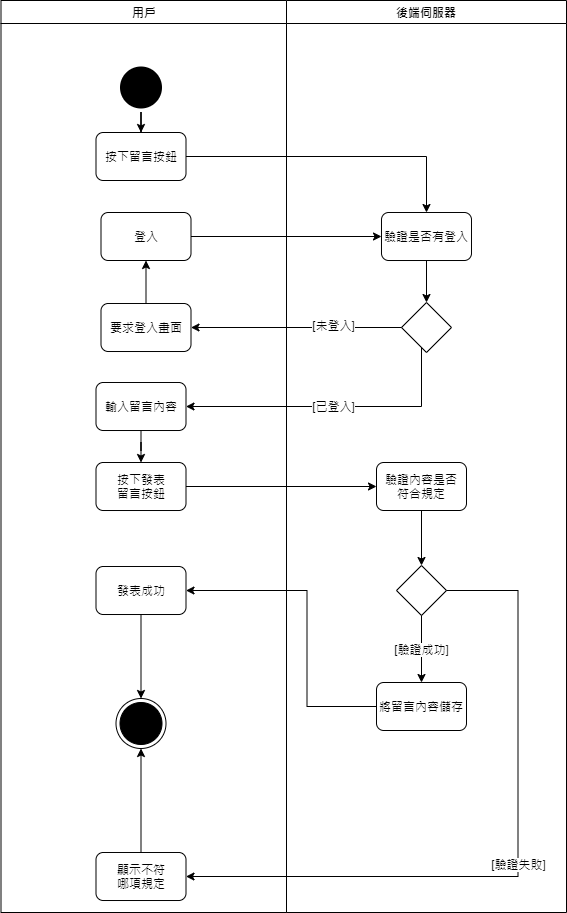
The draw.io diagram src/main/uml/message.png in 10746010/Plearnet-back-end, before a commit. Source tidied: cells renumbered, new cells last; positions are measured from the earlier drawing's top-left corner, leaving out a move shared by most shapes. Its diagram source:
```xml
<mxGraphModel background="#ffffff">
  <root>
    <mxCell id="0" />
    <mxCell id="1" parent="0" />
    <mxCell id="2" value="用戶" style="swimlane;whiteSpace=wrap;" parent="1" vertex="1">
      <mxGeometry x="0.5" width="285.5" height="912" as="geometry" />
    </mxCell>
    <mxCell id="3" style="edgeStyle=orthogonalEdgeStyle;rounded=0;jettySize=auto;html=1;" parent="2" edge="1" source="4" target="5">
      <mxGeometry relative="1" as="geometry" />
    </mxCell>
    <mxCell id="4" style="ellipse;shape=startState;fillColor=#000000;strokeColor=none;" parent="2" vertex="1">
      <mxGeometry x="115" y="62" width="50" height="50" as="geometry" />
    </mxCell>
    <mxCell id="5" value="按下留言按鈕" style="rounded=1;whiteSpace=wrap;html=1;" parent="2" vertex="1">
      <mxGeometry x="95" y="132" width="90" height="48" as="geometry" />
    </mxCell>
    <mxCell id="6" style="edgeStyle=orthogonalEdgeStyle;rounded=0;jettySize=auto;html=1;" parent="2" edge="1" source="7" target="8">
      <mxGeometry relative="1" as="geometry" />
    </mxCell>
    <mxCell id="7" value="輸入留言內容" style="rounded=1;whiteSpace=wrap;html=1;" parent="2" vertex="1">
      <mxGeometry x="95" y="382" width="90" height="48" as="geometry" />
    </mxCell>
    <mxCell id="8" value="按下發表&lt;br&gt;留言按鈕" style="rounded=1;whiteSpace=wrap;html=1;" parent="2" vertex="1">
      <mxGeometry x="95" y="462" width="90" height="48" as="geometry" />
    </mxCell>
    <mxCell id="9" value="發表成功" style="rounded=1;whiteSpace=wrap;html=1;" parent="2" vertex="1">
      <mxGeometry x="95" y="566" width="90" height="48" as="geometry" />
    </mxCell>
    <mxCell id="10" style="ellipse;html=1;shape=endState;fillColor=#000000;" parent="2" vertex="1">
      <mxGeometry x="115" y="698" width="50" height="50" as="geometry" />
    </mxCell>
    <mxCell id="11" style="edgeStyle=orthogonalEdgeStyle;rounded=0;jettySize=auto;html=1;" parent="2" edge="1" source="9" target="10">
      <mxGeometry relative="1" as="geometry" />
    </mxCell>
    <mxCell id="12" style="edgeStyle=orthogonalEdgeStyle;rounded=0;jettySize=auto;html=1;entryX=0.5;entryY=1;entryDx=0;entryDy=0;" parent="2" edge="1" source="13" target="10">
      <mxGeometry relative="1" as="geometry" />
    </mxCell>
    <mxCell id="13" value="顯示不符&lt;br&gt;哪項規定" style="rounded=1;whiteSpace=wrap;html=1;" parent="2" vertex="1">
      <mxGeometry x="95" y="852" width="90" height="48" as="geometry" />
    </mxCell>
    <mxCell id="14" value="驗證內容是否&lt;br&gt;符合規定" style="rounded=1;whiteSpace=wrap;html=1;" parent="2" vertex="1">
      <mxGeometry x="375.5" y="462" width="90" height="48" as="geometry" />
    </mxCell>
    <mxCell id="15" style="rhombus;whiteSpace=wrap;html=1;" parent="2" vertex="1">
      <mxGeometry x="395.5" y="565" width="50" height="50" as="geometry" />
    </mxCell>
    <mxCell id="16" value="將留言內容儲存" style="rounded=1;whiteSpace=wrap;html=1;" parent="2" vertex="1">
      <mxGeometry x="375.5" y="682" width="90" height="48" as="geometry" />
    </mxCell>
    <mxCell id="17" value="[驗證成功]" style="edgeStyle=orthogonalEdgeStyle;rounded=0;jettySize=auto;html=1;" parent="2" edge="1" source="15" target="16">
      <mxGeometry relative="1" as="geometry" />
    </mxCell>
    <mxCell id="18" style="edgeStyle=orthogonalEdgeStyle;rounded=0;jettySize=auto;html=1;" parent="2" edge="1" source="16" target="9">
      <mxGeometry relative="1" as="geometry">
        <Array as="points">
          <mxPoint x="306" y="706" />
          <mxPoint x="306" y="590" />
        </Array>
      </mxGeometry>
    </mxCell>
    <mxCell id="19" style="edgeStyle=orthogonalEdgeStyle;rounded=0;jettySize=auto;html=1;entryX=0.5;entryY=0;entryDx=0;entryDy=0;" parent="2" edge="1" source="14" target="15">
      <mxGeometry relative="1" as="geometry" />
    </mxCell>
    <mxCell id="20" value="[驗證失敗]" style="edgeStyle=orthogonalEdgeStyle;rounded=0;jettySize=auto;html=1;entryX=1;entryY=0.5;entryDx=0;entryDy=0;" parent="2" edge="1" source="15" target="13">
      <mxGeometry relative="1" as="geometry">
        <Array as="points">
          <mxPoint x="517" y="590" />
          <mxPoint x="517" y="876" />
        </Array>
      </mxGeometry>
    </mxCell>
    <mxCell id="21" style="edgeStyle=orthogonalEdgeStyle;rounded=0;jettySize=auto;html=1;" parent="2" edge="1" source="8" target="14">
      <mxGeometry relative="1" as="geometry" />
    </mxCell>
    <mxCell id="22" value="後端伺服器" style="swimlane;whiteSpace=wrap;" parent="1" vertex="1">
      <mxGeometry x="286" width="280" height="912" as="geometry" />
    </mxCell>
    <mxCell id="23" value="要求登入畫面" style="rounded=1;whiteSpace=wrap;html=1;" parent="22" vertex="1">
      <mxGeometry x="-185.5" y="303" width="90" height="48" as="geometry" />
    </mxCell>
    <mxCell id="24" value="登入" style="rounded=1;whiteSpace=wrap;html=1;" parent="22" vertex="1">
      <mxGeometry x="-185.5" y="212" width="90" height="48" as="geometry" />
    </mxCell>
    <mxCell id="25" style="edgeStyle=orthogonalEdgeStyle;rounded=0;jettySize=auto;html=1;" parent="22" edge="1" source="23" target="24">
      <mxGeometry relative="1" as="geometry" />
    </mxCell>
    <mxCell id="26" style="rhombus;whiteSpace=wrap;html=1;" parent="22" vertex="1">
      <mxGeometry x="115" y="302" width="50" height="50" as="geometry" />
    </mxCell>
    <mxCell id="27" value="驗證是否有登入" style="rounded=1;whiteSpace=wrap;html=1;" parent="22" vertex="1">
      <mxGeometry x="95" y="212" width="90" height="48" as="geometry" />
    </mxCell>
    <mxCell id="28" style="edgeStyle=orthogonalEdgeStyle;rounded=0;jettySize=auto;html=1;" parent="22" edge="1" source="27" target="26">
      <mxGeometry relative="1" as="geometry" />
    </mxCell>
    <mxCell id="29" style="edgeStyle=orthogonalEdgeStyle;rounded=0;jettySize=auto;html=1;" parent="22" edge="1" source="26" target="23">
      <mxGeometry relative="1" as="geometry" />
    </mxCell>
    <mxCell id="30" value="[未登入]" style="edgeLabel;html=1;align=center;verticalAlign=middle;" parent="29" vertex="1">
      <mxGeometry x="-0.34" y="-3" relative="1" as="geometry" />
    </mxCell>
    <mxCell id="31" style="edgeStyle=orthogonalEdgeStyle;rounded=0;jettySize=auto;html=1;" parent="22" edge="1" source="24" target="27">
      <mxGeometry relative="1" as="geometry" />
    </mxCell>
    <mxCell id="32" style="edgeStyle=orthogonalEdgeStyle;rounded=0;jettySize=auto;html=1;" parent="1" edge="1" source="5" target="27">
      <mxGeometry relative="1" as="geometry" />
    </mxCell>
    <mxCell id="33" value="[已登入]" style="edgeStyle=orthogonalEdgeStyle;rounded=0;jettySize=auto;html=1;" parent="1" edge="1" source="26" target="7">
      <mxGeometry relative="1" as="geometry">
        <Array as="points">
          <mxPoint x="421" y="406" />
        </Array>
      </mxGeometry>
    </mxCell>
  </root>
</mxGraphModel>
```
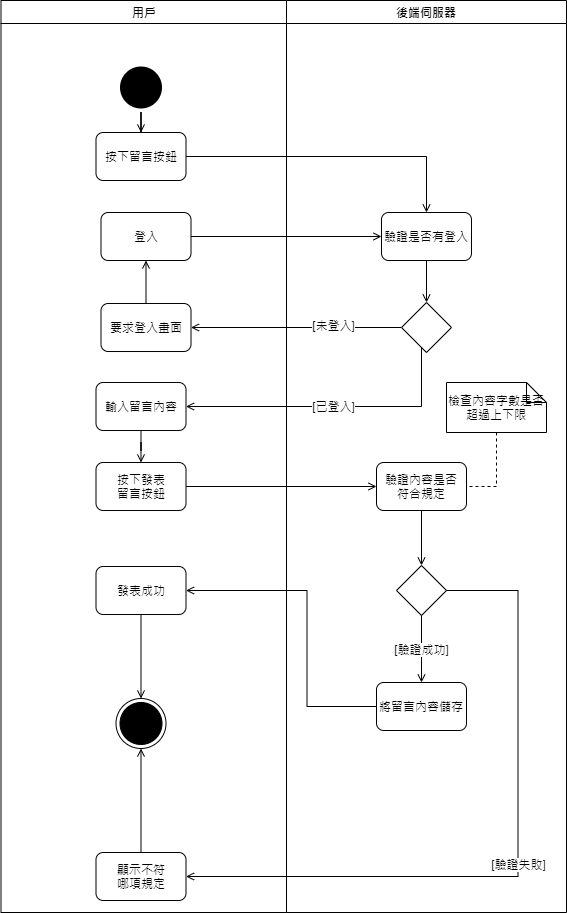
After the change.

Commit message:
update message Activity diagram

Diff of the diagram source:
```diff
@@ -5,7 +5,7 @@
     <mxCell id="2" value="用戶" style="swimlane;whiteSpace=wrap;" parent="1" vertex="1">
       <mxGeometry x="0.5" width="285.5" height="912" as="geometry" />
     </mxCell>
-    <mxCell id="3" style="edgeStyle=orthogonalEdgeStyle;rounded=0;jettySize=auto;html=1;" parent="2" edge="1" source="4" target="5">
+    <mxCell id="3" style="edgeStyle=orthogonalEdgeStyle;rounded=0;jettySize=auto;html=1;endArrow=open;endFill=0;" parent="2" edge="1" source="4" target="5">
       <mxGeometry relative="1" as="geometry" />
     </mxCell>
     <mxCell id="4" style="ellipse;shape=startState;fillColor=#000000;strokeColor=none;" parent="2" vertex="1">
@@ -14,12 +14,15 @@
     <mxCell id="5" value="按下留言按鈕" style="rounded=1;whiteSpace=wrap;html=1;" parent="2" vertex="1">
       <mxGeometry x="95" y="132" width="90" height="48" as="geometry" />
     </mxCell>
-    <mxCell id="6" style="edgeStyle=orthogonalEdgeStyle;rounded=0;jettySize=auto;html=1;" parent="2" edge="1" source="7" target="8">
+    <mxCell id="6" style="edgeStyle=orthogonalEdgeStyle;rounded=0;jettySize=auto;html=1;endArrow=open;endFill=0;" parent="2" edge="1" source="7" target="8">
       <mxGeometry relative="1" as="geometry" />
     </mxCell>
     <mxCell id="7" value="輸入留言內容" style="rounded=1;whiteSpace=wrap;html=1;" parent="2" vertex="1">
       <mxGeometry x="95" y="382" width="90" height="48" as="geometry" />
     </mxCell>
+    <mxCell id="21" style="edgeStyle=orthogonalEdgeStyle;rounded=0;jettySize=auto;html=1;endArrow=open;endFill=0;" parent="2" edge="1" source="8" target="14">
+      <mxGeometry relative="1" as="geometry" />
+    </mxCell>
     <mxCell id="8" value="按下發表&lt;br&gt;留言按鈕" style="rounded=1;whiteSpace=wrap;html=1;" parent="2" vertex="1">
       <mxGeometry x="95" y="462" width="90" height="48" as="geometry" />
     </mxCell>
@@ -29,10 +32,10 @@
     <mxCell id="10" style="ellipse;html=1;shape=endState;fillColor=#000000;" parent="2" vertex="1">
       <mxGeometry x="115" y="698" width="50" height="50" as="geometry" />
     </mxCell>
-    <mxCell id="11" style="edgeStyle=orthogonalEdgeStyle;rounded=0;jettySize=auto;html=1;" parent="2" edge="1" source="9" target="10">
+    <mxCell id="11" style="edgeStyle=orthogonalEdgeStyle;rounded=0;jettySize=auto;html=1;endArrow=open;endFill=0;" parent="2" edge="1" source="9" target="10">
       <mxGeometry relative="1" as="geometry" />
     </mxCell>
-    <mxCell id="12" style="edgeStyle=orthogonalEdgeStyle;rounded=0;jettySize=auto;html=1;entryX=0.5;entryY=1;entryDx=0;entryDy=0;" parent="2" edge="1" source="13" target="10">
+    <mxCell id="12" style="edgeStyle=orthogonalEdgeStyle;rounded=0;jettySize=auto;html=1;entryX=0.5;entryY=1;entryDx=0;entryDy=0;endArrow=open;endFill=0;" parent="2" edge="1" source="13" target="10">
       <mxGeometry relative="1" as="geometry" />
     </mxCell>
     <mxCell id="13" value="顯示不符&lt;br&gt;哪項規定" style="rounded=1;whiteSpace=wrap;html=1;" parent="2" vertex="1">
@@ -47,10 +50,10 @@
     <mxCell id="16" value="將留言內容儲存" style="rounded=1;whiteSpace=wrap;html=1;" parent="2" vertex="1">
       <mxGeometry x="375.5" y="682" width="90" height="48" as="geometry" />
     </mxCell>
-    <mxCell id="17" value="[驗證成功]" style="edgeStyle=orthogonalEdgeStyle;rounded=0;jettySize=auto;html=1;" parent="2" edge="1" source="15" target="16">
+    <mxCell id="17" value="[驗證成功]" style="edgeStyle=orthogonalEdgeStyle;rounded=0;jettySize=auto;html=1;endArrow=open;endFill=0;" parent="2" edge="1" source="15" target="16">
       <mxGeometry relative="1" as="geometry" />
     </mxCell>
-    <mxCell id="18" style="edgeStyle=orthogonalEdgeStyle;rounded=0;jettySize=auto;html=1;" parent="2" edge="1" source="16" target="9">
+    <mxCell id="18" style="edgeStyle=orthogonalEdgeStyle;rounded=0;jettySize=auto;html=1;endArrow=open;endFill=0;" parent="2" edge="1" source="16" target="9">
       <mxGeometry relative="1" as="geometry">
         <Array as="points">
           <mxPoint x="306" y="706" />
@@ -58,10 +61,10 @@
         </Array>
       </mxGeometry>
     </mxCell>
-    <mxCell id="19" style="edgeStyle=orthogonalEdgeStyle;rounded=0;jettySize=auto;html=1;entryX=0.5;entryY=0;entryDx=0;entryDy=0;" parent="2" edge="1" source="14" target="15">
+    <mxCell id="19" style="edgeStyle=orthogonalEdgeStyle;rounded=0;jettySize=auto;html=1;entryX=0.5;entryY=0;entryDx=0;entryDy=0;endArrow=open;endFill=0;" parent="2" edge="1" source="14" target="15">
       <mxGeometry relative="1" as="geometry" />
     </mxCell>
-    <mxCell id="20" value="[驗證失敗]" style="edgeStyle=orthogonalEdgeStyle;rounded=0;jettySize=auto;html=1;entryX=1;entryY=0.5;entryDx=0;entryDy=0;" parent="2" edge="1" source="15" target="13">
+    <mxCell id="20" value="[驗證失敗]" style="edgeStyle=orthogonalEdgeStyle;rounded=0;jettySize=auto;html=1;entryX=1;entryY=0.5;entryDx=0;entryDy=0;endArrow=open;endFill=0;" parent="2" edge="1" source="15" target="13">
       <mxGeometry relative="1" as="geometry">
         <Array as="points">
           <mxPoint x="517" y="590" />
@@ -69,48 +72,69 @@
         </Array>
       </mxGeometry>
     </mxCell>
-    <mxCell id="21" style="edgeStyle=orthogonalEdgeStyle;rounded=0;jettySize=auto;html=1;" parent="2" edge="1" source="8" target="14">
-      <mxGeometry relative="1" as="geometry" />
-    </mxCell>
     <mxCell id="22" value="後端伺服器" style="swimlane;whiteSpace=wrap;" parent="1" vertex="1">
       <mxGeometry x="286" width="280" height="912" as="geometry" />
     </mxCell>
+    <mxCell id="34" style="edgeStyle=orthogonalEdgeStyle;rounded=0;orthogonalLoop=1;jettySize=auto;html=1;endArrow=open;endFill=0;" parent="22" edge="1">
+      <mxGeometry relative="1" as="geometry">
+        <mxPoint x="-95.5" y="236" as="sourcePoint" />
+        <mxPoint x="95" y="236" as="targetPoint" />
+      </mxGeometry>
+    </mxCell>
+    <mxCell id="35" style="edgeStyle=orthogonalEdgeStyle;rounded=0;orthogonalLoop=1;jettySize=auto;html=1;endArrow=open;endFill=0;" parent="22" edge="1">
+      <mxGeometry relative="1" as="geometry">
+        <mxPoint x="115" y="327" as="sourcePoint" />
+        <mxPoint x="-95.5" y="327" as="targetPoint" />
+      </mxGeometry>
+    </mxCell>
+    <mxCell id="30" value="[未登入]" style="edgeLabel;html=1;align=center;verticalAlign=middle;" parent="35" vertex="1">
+      <mxGeometry x="-0.34" y="-3" relative="1" as="geometry" />
+    </mxCell>
+    <mxCell id="36" style="edgeStyle=orthogonalEdgeStyle;rounded=0;orthogonalLoop=1;jettySize=auto;html=1;endArrow=open;endFill=0;" parent="22" edge="1">
+      <mxGeometry relative="1" as="geometry">
+        <mxPoint x="-140.5" y="303" as="sourcePoint" />
+        <mxPoint x="-140.5" y="260" as="targetPoint" />
+      </mxGeometry>
+    </mxCell>
     <mxCell id="23" value="要求登入畫面" style="rounded=1;whiteSpace=wrap;html=1;" parent="22" vertex="1">
       <mxGeometry x="-185.5" y="303" width="90" height="48" as="geometry" />
     </mxCell>
     <mxCell id="24" value="登入" style="rounded=1;whiteSpace=wrap;html=1;" parent="22" vertex="1">
       <mxGeometry x="-185.5" y="212" width="90" height="48" as="geometry" />
     </mxCell>
-    <mxCell id="25" style="edgeStyle=orthogonalEdgeStyle;rounded=0;jettySize=auto;html=1;" parent="22" edge="1" source="23" target="24">
-      <mxGeometry relative="1" as="geometry" />
-    </mxCell>
     <mxCell id="26" style="rhombus;whiteSpace=wrap;html=1;" parent="22" vertex="1">
       <mxGeometry x="115" y="302" width="50" height="50" as="geometry" />
     </mxCell>
     <mxCell id="27" value="驗證是否有登入" style="rounded=1;whiteSpace=wrap;html=1;" parent="22" vertex="1">
       <mxGeometry x="95" y="212" width="90" height="48" as="geometry" />
     </mxCell>
-    <mxCell id="28" style="edgeStyle=orthogonalEdgeStyle;rounded=0;jettySize=auto;html=1;" parent="22" edge="1" source="27" target="26">
+    <mxCell id="28" style="edgeStyle=orthogonalEdgeStyle;rounded=0;jettySize=auto;html=1;endArrow=open;endFill=0;" parent="22" edge="1" source="27" target="26">
       <mxGeometry relative="1" as="geometry" />
     </mxCell>
-    <mxCell id="29" style="edgeStyle=orthogonalEdgeStyle;rounded=0;jettySize=auto;html=1;" parent="22" edge="1" source="26" target="23">
-      <mxGeometry relative="1" as="geometry" />
-    </mxCell>
-    <mxCell id="30" value="[未登入]" style="edgeLabel;html=1;align=center;verticalAlign=middle;" parent="29" vertex="1">
-      <mxGeometry x="-0.34" y="-3" relative="1" as="geometry" />
-    </mxCell>
-    <mxCell id="31" style="edgeStyle=orthogonalEdgeStyle;rounded=0;jettySize=auto;html=1;" parent="22" edge="1" source="24" target="27">
-      <mxGeometry relative="1" as="geometry" />
-    </mxCell>
-    <mxCell id="32" style="edgeStyle=orthogonalEdgeStyle;rounded=0;jettySize=auto;html=1;" parent="1" edge="1" source="5" target="27">
-      <mxGeometry relative="1" as="geometry" />
-    </mxCell>
+    <mxCell id="37" style="edgeStyle=orthogonalEdgeStyle;rounded=0;orthogonalLoop=1;jettySize=auto;html=1;endArrow=open;endFill=0;" parent="22" edge="1">
+      <mxGeometry relative="1" as="geometry">
+        <mxPoint x="-100.5" y="156" as="sourcePoint" />
+        <mxPoint x="140" y="212" as="targetPoint" />
+      </mxGeometry>
+    </mxCell>
-    <mxCell id="33" value="[已登入]" style="edgeStyle=orthogonalEdgeStyle;rounded=0;jettySize=auto;html=1;" parent="1" edge="1" source="26" target="7">
+    <mxCell id="33" value="[已登入]" style="edgeStyle=orthogonalEdgeStyle;rounded=0;orthogonalLoop=1;jettySize=auto;html=1;endArrow=open;endFill=0;" parent="22" edge="1">
       <mxGeometry relative="1" as="geometry">
+        <mxPoint x="135" y="347" as="sourcePoint" />
+        <mxPoint x="-100.5" y="406" as="targetPoint" />
         <Array as="points">
-          <mxPoint x="421" y="406" />
+          <mxPoint x="135" y="406" />
         </Array>
       </mxGeometry>
     </mxCell>
+    <mxCell id="38" value="檢查內容字數是否超過上下限" style="shape=note;size=20;whiteSpace=wrap;html=1;" parent="22" vertex="1">
+      <mxGeometry x="160" y="382" width="100" height="50" as="geometry" />
+    </mxCell>
+    <mxCell id="39" style="edgeStyle=orthogonalEdgeStyle;rounded=0;jettySize=auto;html=1;endArrow=none;endFill=0;dashed=1;" parent="1" edge="1" source="38" target="14">
+      <mxGeometry relative="1" as="geometry">
+        <Array as="points">
+          <mxPoint x="496" y="486" />
+        </Array>
+      </mxGeometry>
+    </mxCell>
   </root>
 </mxGraphModel>
```
